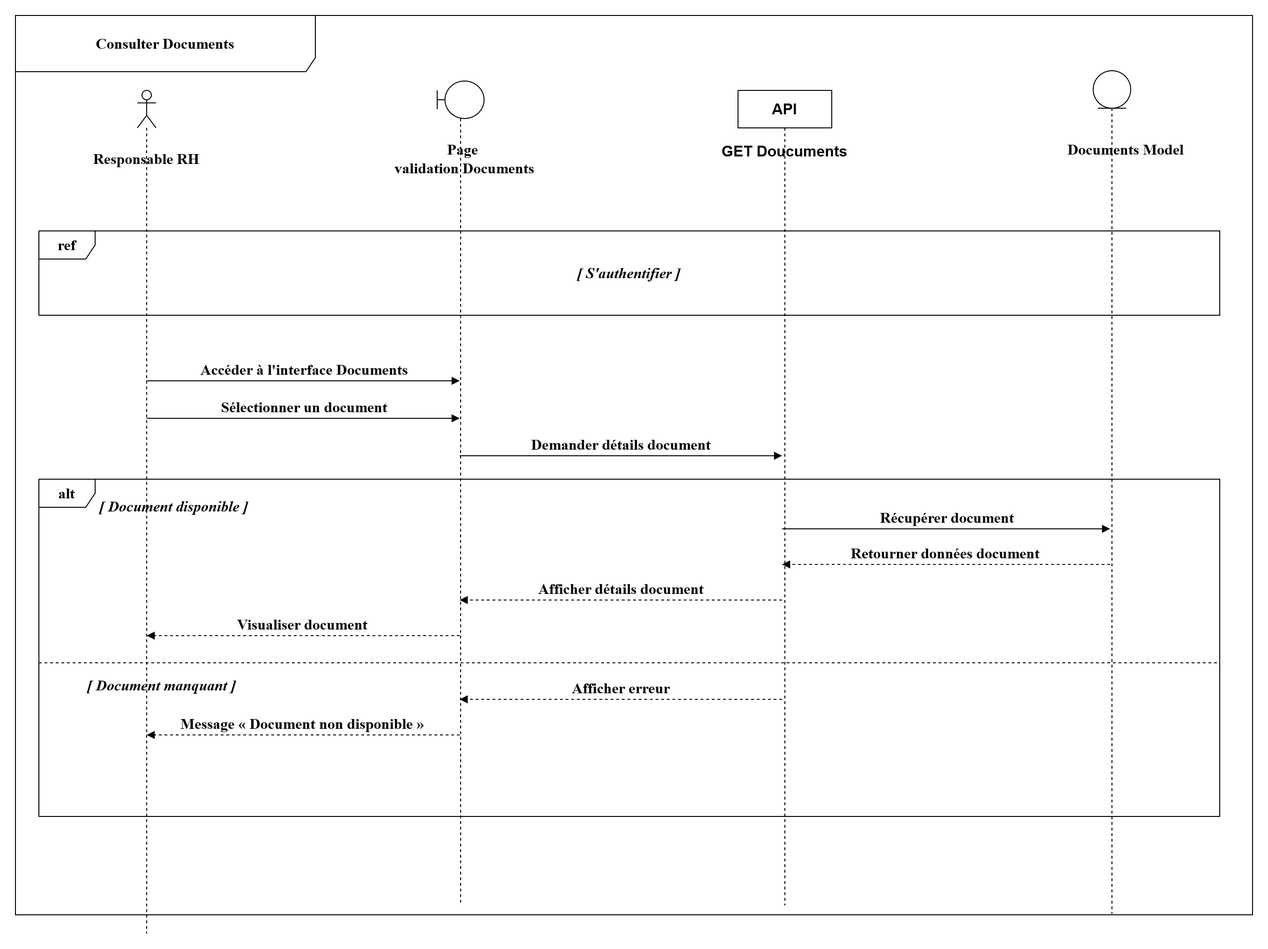
Before: projet/images/digf/ss3/_consulter documents.drawio.png, a diagram exported from draw.io (louu7895/pfe). Source tidied: cells renumbered, new cells last; positions are measured from the earlier drawing's top-left corner, leaving out a move shared by most shapes. Source of this version:
```xml
<mxGraphModel>
  <root>
    <mxCell id="0" />
    <mxCell id="1" parent="0" />
    <mxCell id="2" style="shape=umlLifeline;perimeter=lifelinePerimeter;whiteSpace=wrap;html=1;newEdgeStyle={&quot;curved&quot;:0,&quot;rounded&quot;:0};participant=umlActor;fontSize=16;fontFamily=Times New Roman;fontStyle=1;" parent="1" vertex="1">
      <mxGeometry x="130" y="80" width="20" height="900" as="geometry" />
    </mxCell>
    <mxCell id="3" style="shape=umlLifeline;perimeter=lifelinePerimeter;whiteSpace=wrap;html=1;newEdgeStyle={&quot;curved&quot;:0,&quot;rounded&quot;:0};participant=umlBoundary;fontSize=16;fontFamily=Times New Roman;fontStyle=1;" parent="1" vertex="1">
      <mxGeometry x="450" y="70" width="50" height="880" as="geometry" />
    </mxCell>
    <mxCell id="4" style="shape=umlLifeline;perimeter=lifelinePerimeter;whiteSpace=wrap;html=1;newEdgeStyle={&quot;curved&quot;:0,&quot;rounded&quot;:0};participant=umlEntity;fontSize=16;fontFamily=Times New Roman;fontStyle=1;" parent="1" vertex="1">
      <mxGeometry x="1150" y="59" width="40" height="900" as="geometry" />
    </mxCell>
    <mxCell id="5" value="Responsable RH" style="text;html=1;whiteSpace=wrap;strokeColor=none;fillColor=none;align=center;verticalAlign=middle;rounded=0;fontSize=16;fontStyle=1;fontFamily=Times New Roman;" parent="1" vertex="1">
      <mxGeometry x="60" y="140" width="160" height="25" as="geometry" />
    </mxCell>
    <mxCell id="6" value="Page&lt;div&gt;&amp;nbsp;validation Documents&lt;/div&gt;" style="text;html=1;whiteSpace=wrap;strokeColor=none;fillColor=none;align=center;verticalAlign=middle;rounded=0;fontSize=16;fontStyle=1;fontFamily=Times New Roman;" parent="1" vertex="1">
      <mxGeometry x="340" y="140" width="275" height="25" as="geometry" />
    </mxCell>
    <mxCell id="7" value="Documents Model" style="text;html=1;whiteSpace=wrap;strokeColor=none;fillColor=none;align=center;verticalAlign=middle;rounded=0;fontSize=16;fontStyle=1;fontFamily=Times New Roman;" parent="1" vertex="1">
      <mxGeometry x="1100" y="130" width="170" height="25" as="geometry" />
    </mxCell>
    <mxCell id="8" value="Consulter Documents" style="shape=umlFrame;whiteSpace=wrap;html=1;width=320;height=60;fontSize=16;fontFamily=Times New Roman;fontStyle=1;" parent="1" vertex="1">
      <mxGeometry width="1320" height="960" as="geometry" />
    </mxCell>
    <mxCell id="9" value="ref" style="shape=umlFrame;whiteSpace=wrap;html=1;fontSize=16;fontFamily=Times New Roman;fontStyle=1;" parent="1" vertex="1">
      <mxGeometry x="25" y="230" width="1260" height="90" as="geometry" />
    </mxCell>
    <mxCell id="10" value="[ S'authentifier ]" style="text;html=1;whiteSpace=wrap;strokeColor=none;fillColor=none;align=center;verticalAlign=middle;rounded=0;fontSize=16;fontStyle=3;fontFamily=Times New Roman;" parent="1" vertex="1">
      <mxGeometry x="555" y="260" width="200" height="30" as="geometry" />
    </mxCell>
    <mxCell id="11" value="Accéder à l'interface Documents" style="html=1;verticalAlign=bottom;endArrow=block;curved=0;rounded=0;fontSize=16;fontFamily=Times New Roman;fontStyle=1;" parent="1" edge="1">
      <mxGeometry relative="1" as="geometry">
        <mxPoint x="140" y="390" as="sourcePoint" />
        <mxPoint x="474" y="390" as="targetPoint" />
      </mxGeometry>
    </mxCell>
    <mxCell id="12" value="Sélectionner un document" style="html=1;verticalAlign=bottom;endArrow=block;curved=0;rounded=0;fontSize=16;fontFamily=Times New Roman;fontStyle=1;" parent="1" edge="1">
      <mxGeometry relative="1" as="geometry">
        <mxPoint x="140" y="430" as="sourcePoint" />
        <mxPoint x="474" y="430" as="targetPoint" />
      </mxGeometry>
    </mxCell>
    <mxCell id="13" value="Demander détails document" style="html=1;verticalAlign=bottom;endArrow=block;curved=0;rounded=0;fontSize=16;fontFamily=Times New Roman;fontStyle=1;" parent="1" edge="1">
      <mxGeometry relative="1" as="geometry">
        <mxPoint x="474" y="470" as="sourcePoint" />
        <mxPoint x="818" y="470" as="targetPoint" />
      </mxGeometry>
    </mxCell>
    <mxCell id="14" value="alt" style="shape=umlFrame;whiteSpace=wrap;html=1;fontSize=16;fontFamily=Times New Roman;fontStyle=1;" parent="1" vertex="1">
      <mxGeometry x="25" y="495" width="1260" height="360" as="geometry" />
    </mxCell>
    <mxCell id="15" value="[ Document disponible ]" style="text;html=1;whiteSpace=wrap;strokeColor=none;fillColor=none;align=left;verticalAlign=middle;rounded=0;fontSize=16;fontStyle=3;fontFamily=Times New Roman;" parent="1" vertex="1">
      <mxGeometry x="88" y="511" width="220" height="25" as="geometry" />
    </mxCell>
    <mxCell id="16" value="Récupérer document" style="html=1;verticalAlign=bottom;endArrow=block;curved=0;rounded=0;fontSize=16;fontFamily=Times New Roman;fontStyle=1;" parent="1" edge="1">
      <mxGeometry relative="1" as="geometry">
        <mxPoint x="818" y="548" as="sourcePoint" />
        <mxPoint x="1168" y="548" as="targetPoint" />
      </mxGeometry>
    </mxCell>
    <mxCell id="17" value="Retourner données document" style="html=1;verticalAlign=bottom;endArrow=block;curved=1;rounded=0;dashed=1;fontSize=16;fontFamily=Times New Roman;fontStyle=1;" parent="1" edge="1">
      <mxGeometry relative="1" as="geometry">
        <mxPoint x="1168" y="586" as="sourcePoint" />
        <mxPoint x="818" y="586" as="targetPoint" />
      </mxGeometry>
    </mxCell>
    <mxCell id="18" value="Afficher détails document" style="html=1;verticalAlign=bottom;endArrow=block;curved=1;rounded=0;dashed=1;fontSize=16;fontFamily=Times New Roman;fontStyle=1;" parent="1" edge="1">
      <mxGeometry relative="1" as="geometry">
        <mxPoint x="818" y="624" as="sourcePoint" />
        <mxPoint x="474" y="624" as="targetPoint" />
      </mxGeometry>
    </mxCell>
    <mxCell id="19" value="Visualiser document" style="html=1;verticalAlign=bottom;endArrow=block;curved=1;rounded=0;dashed=1;fontSize=16;fontFamily=Times New Roman;fontStyle=1;" parent="1" edge="1">
      <mxGeometry relative="1" as="geometry">
        <mxPoint x="474" y="662" as="sourcePoint" />
        <mxPoint x="140" y="662" as="targetPoint" />
      </mxGeometry>
    </mxCell>
    <mxCell id="20" style="line;strokeWidth=1;fillColor=none;align=left;verticalAlign=middle;spacingTop=-1;spacingLeft=3;spacingRight=3;labelPosition=right;strokeColor=inherit;dashed=1;fontSize=16;fontFamily=Times New Roman;fontStyle=1;" parent="1" vertex="1">
      <mxGeometry x="25" y="687" width="1260" height="8" as="geometry" />
    </mxCell>
    <mxCell id="21" value="[ Document manquant ]" style="text;html=1;whiteSpace=wrap;strokeColor=none;fillColor=none;align=left;verticalAlign=middle;rounded=0;fontSize=16;fontStyle=3;fontFamily=Times New Roman;" parent="1" vertex="1">
      <mxGeometry x="75" y="702" width="230" height="25" as="geometry" />
    </mxCell>
    <mxCell id="22" value="Afficher erreur" style="html=1;verticalAlign=bottom;endArrow=block;curved=1;rounded=0;dashed=1;fontSize=16;fontFamily=Times New Roman;fontStyle=1;" parent="1" edge="1">
      <mxGeometry relative="1" as="geometry">
        <mxPoint x="818" y="730" as="sourcePoint" />
        <mxPoint x="474" y="730" as="targetPoint" />
      </mxGeometry>
    </mxCell>
    <mxCell id="23" value="Message « Document non disponible »" style="html=1;verticalAlign=bottom;endArrow=block;curved=1;rounded=0;dashed=1;fontSize=16;fontFamily=Times New Roman;fontStyle=1;" parent="1" edge="1">
      <mxGeometry relative="1" as="geometry">
        <mxPoint x="474" y="768" as="sourcePoint" />
        <mxPoint x="140" y="768" as="targetPoint" />
      </mxGeometry>
    </mxCell>
    <mxCell id="24" value="API" style="shape=umlLifeline;perimeter=lifelinePerimeter;whiteSpace=wrap;html=1;newEdgeStyle={&quot;curved&quot;:0,&quot;rounded&quot;:0};fontSize=16;fontStyle=1;" parent="1" vertex="1">
      <mxGeometry x="771" y="80" width="100" height="870" as="geometry" />
    </mxCell>
    <mxCell id="25" value="GET Doucuments" style="text;html=1;whiteSpace=wrap;strokeColor=none;fillColor=none;align=center;verticalAlign=middle;rounded=0;fontSize=16;fontStyle=1;" parent="1" vertex="1">
      <mxGeometry x="701" y="130" width="240" height="30" as="geometry" />
    </mxCell>
  </root>
</mxGraphModel>
```
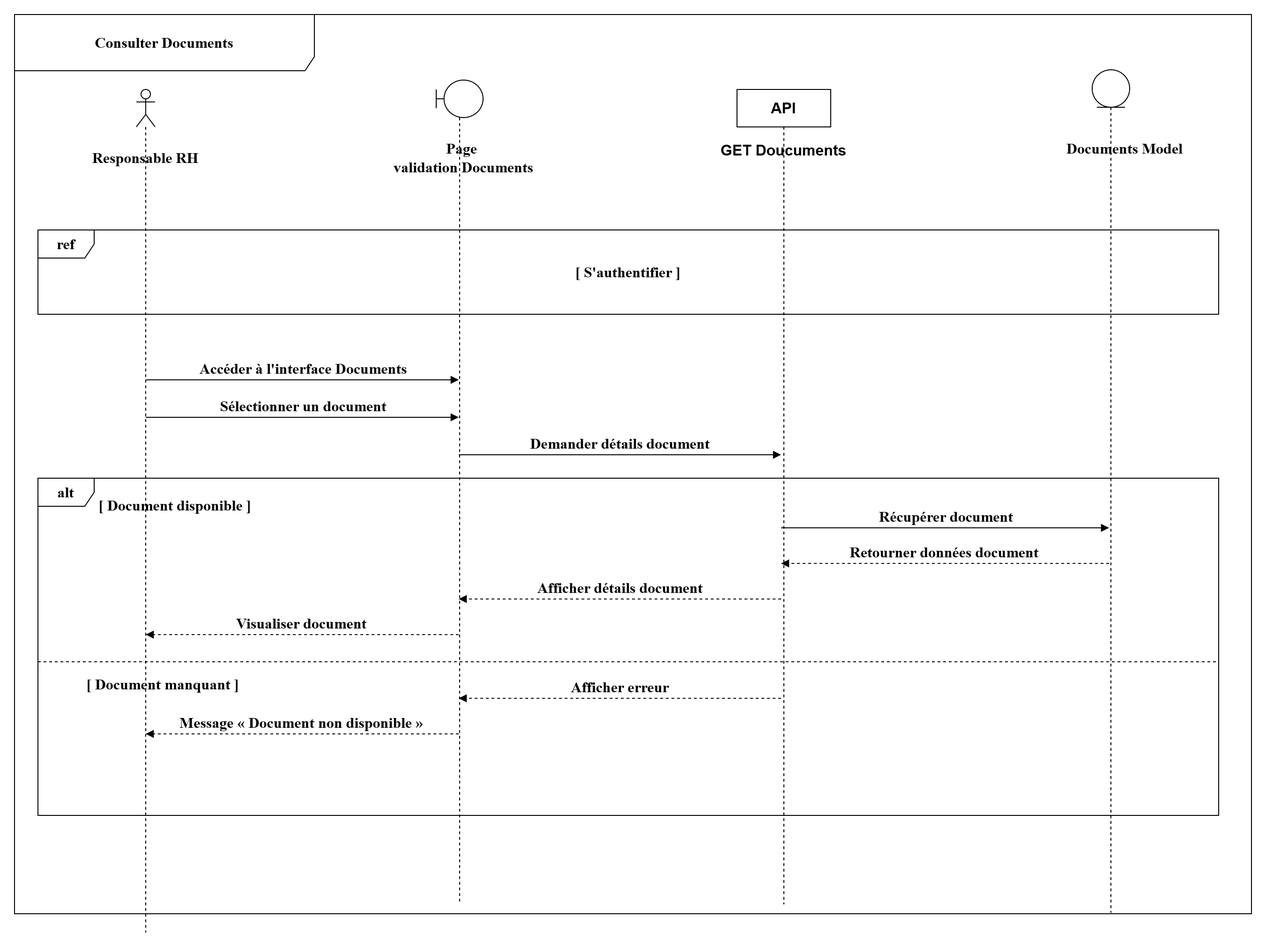
The same file after the commit.

Diff of the diagram source:
```diff
@@ -26,7 +26,7 @@
     <mxCell id="9" value="ref" style="shape=umlFrame;whiteSpace=wrap;html=1;fontSize=16;fontFamily=Times New Roman;fontStyle=1;" parent="1" vertex="1">
       <mxGeometry x="25" y="230" width="1260" height="90" as="geometry" />
     </mxCell>
-    <mxCell id="10" value="[ S'authentifier ]" style="text;html=1;whiteSpace=wrap;strokeColor=none;fillColor=none;align=center;verticalAlign=middle;rounded=0;fontSize=16;fontStyle=3;fontFamily=Times New Roman;" parent="1" vertex="1">
+    <mxCell id="10" value="[ S'authentifier ]" style="text;html=1;whiteSpace=wrap;strokeColor=none;fillColor=none;align=center;verticalAlign=middle;rounded=0;fontSize=16;fontStyle=1;fontFamily=Times New Roman;" parent="1" vertex="1">
       <mxGeometry x="555" y="260" width="200" height="30" as="geometry" />
     </mxCell>
     <mxCell id="11" value="Accéder à l'interface Documents" style="html=1;verticalAlign=bottom;endArrow=block;curved=0;rounded=0;fontSize=16;fontFamily=Times New Roman;fontStyle=1;" parent="1" edge="1">
@@ -50,7 +50,7 @@
     <mxCell id="14" value="alt" style="shape=umlFrame;whiteSpace=wrap;html=1;fontSize=16;fontFamily=Times New Roman;fontStyle=1;" parent="1" vertex="1">
       <mxGeometry x="25" y="495" width="1260" height="360" as="geometry" />
     </mxCell>
-    <mxCell id="15" value="[ Document disponible ]" style="text;html=1;whiteSpace=wrap;strokeColor=none;fillColor=none;align=left;verticalAlign=middle;rounded=0;fontSize=16;fontStyle=3;fontFamily=Times New Roman;" parent="1" vertex="1">
+    <mxCell id="15" value="[ Document disponible ]" style="text;html=1;whiteSpace=wrap;strokeColor=none;fillColor=none;align=left;verticalAlign=middle;rounded=0;fontSize=16;fontStyle=1;fontFamily=Times New Roman;" parent="1" vertex="1">
       <mxGeometry x="88" y="511" width="220" height="25" as="geometry" />
     </mxCell>
     <mxCell id="16" value="Récupérer document" style="html=1;verticalAlign=bottom;endArrow=block;curved=0;rounded=0;fontSize=16;fontFamily=Times New Roman;fontStyle=1;" parent="1" edge="1">
@@ -80,7 +80,7 @@
     <mxCell id="20" style="line;strokeWidth=1;fillColor=none;align=left;verticalAlign=middle;spacingTop=-1;spacingLeft=3;spacingRight=3;labelPosition=right;strokeColor=inherit;dashed=1;fontSize=16;fontFamily=Times New Roman;fontStyle=1;" parent="1" vertex="1">
       <mxGeometry x="25" y="687" width="1260" height="8" as="geometry" />
     </mxCell>
-    <mxCell id="21" value="[ Document manquant ]" style="text;html=1;whiteSpace=wrap;strokeColor=none;fillColor=none;align=left;verticalAlign=middle;rounded=0;fontSize=16;fontStyle=3;fontFamily=Times New Roman;" parent="1" vertex="1">
+    <mxCell id="21" value="[ Document manquant ]" style="text;html=1;whiteSpace=wrap;strokeColor=none;fillColor=none;align=left;verticalAlign=middle;rounded=0;fontSize=16;fontStyle=1;fontFamily=Times New Roman;" parent="1" vertex="1">
       <mxGeometry x="75" y="702" width="230" height="25" as="geometry" />
     </mxCell>
     <mxCell id="22" value="Afficher erreur" style="html=1;verticalAlign=bottom;endArrow=block;curved=1;rounded=0;dashed=1;fontSize=16;fontFamily=Times New Roman;fontStyle=1;" parent="1" edge="1">
```
